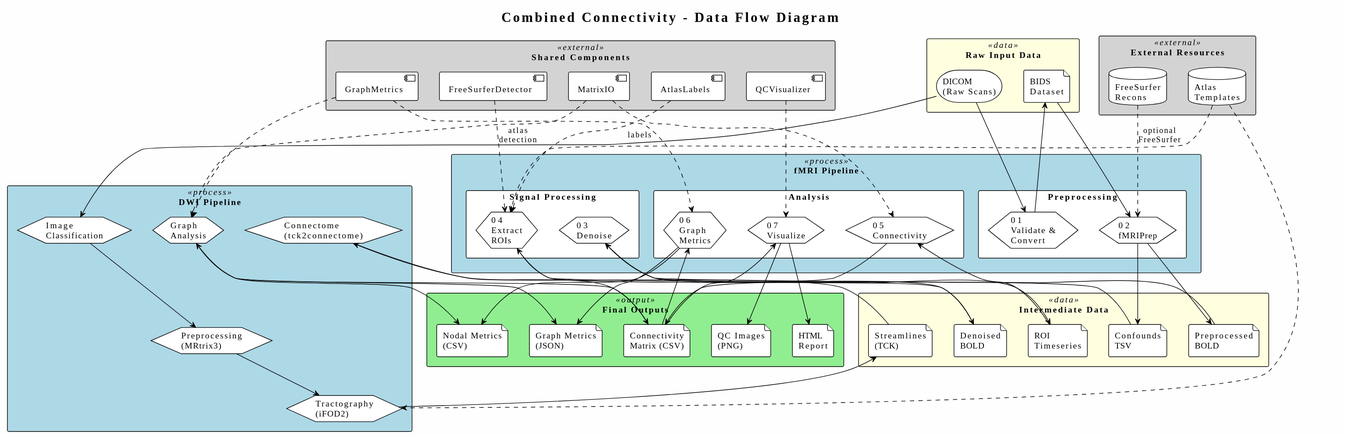
The PlantUML diagram docs/svg/data_flow.svg in MrRichard/combined_connectivity, before a commit. Source of this version:
```plantuml
@startuml
!theme plain
skinparam backgroundColor #FEFEFE

title Combined Connectivity - Data Flow Diagram

skinparam rectangle {
    BackgroundColor<<process>> LightBlue
    BackgroundColor<<data>> LightYellow
    BackgroundColor<<external>> LightGray
    BackgroundColor<<output>> LightGreen
}

rectangle "Raw Input Data" <<data>> {
    storage "DICOM\n(Raw Scans)" as DICOM
    file "BIDS\nDataset" as BIDS
}

rectangle "fMRI Pipeline" <<process>> {
    rectangle "Preprocessing" {
        hexagon "01\nValidate &\nConvert" as STEP1
        hexagon "02\nfMRIPrep" as STEP2
    }

    rectangle "Signal Processing" {
        hexagon "03\nDenoise" as STEP3
        hexagon "04\nExtract\nROIs" as STEP4
    }

    rectangle "Analysis" {
        hexagon "05\nConnectivity" as STEP5
        hexagon "06\nGraph\nMetrics" as STEP6
        hexagon "07\nVisualize" as STEP7
    }
}

rectangle "DWI Pipeline" <<process>> {
    hexagon "Image\nClassification" as DWI1
    hexagon "Preprocessing\n(MRtrix3)" as DWI2
    hexagon "Tractography\n(iFOD2)" as DWI3
    hexagon "Connectome\n(tck2connectome)" as DWI4
    hexagon "Graph\nAnalysis" as DWI5
}

rectangle "Shared Components" <<external>> {
    component "GraphMetrics" as GM
    component "MatrixIO" as MIO
    component "AtlasLabels" as AL
    component "FreeSurferDetector" as FSD
    component "QCVisualizer" as QCV
}

rectangle "External Resources" <<external>> {
    database "FreeSurfer\nRecons" as FS
    database "Atlas\nTemplates" as ATLAS
}

rectangle "Intermediate Data" <<data>> {
    file "Preprocessed\nBOLD" as PREP_BOLD
    file "Confounds\nTSV" as CONFOUNDS
    file "Denoised\nBOLD" as DENOISED
    file "ROI\nTimeseries" as TIMESERIES
    file "Streamlines\n(TCK)" as TCK
}

rectangle "Final Outputs" <<output>> {
    file "Connectivity\nMatrix (CSV)" as MATRIX
    file "Graph Metrics\n(JSON)" as METRICS
    file "Nodal Metrics\n(CSV)" as NODAL
    file "QC Images\n(PNG)" as IMAGES
    file "HTML\nReport" as REPORT
}

DICOM --> STEP1
STEP1 --> BIDS
BIDS --> STEP2
FS ..> STEP2 : optional\nFreeSurfer
STEP2 --> PREP_BOLD
STEP2 --> CONFOUNDS

PREP_BOLD --> STEP3
CONFOUNDS --> STEP3
STEP3 --> DENOISED

DENOISED --> STEP4
ATLAS ..> STEP4
FSD ..> STEP4 : atlas\ndetection
AL ..> STEP4 : labels
STEP4 --> TIMESERIES

TIMESERIES --> STEP5
MIO ..> STEP5
STEP5 --> MATRIX

MATRIX --> STEP6
GM ..> STEP6
STEP6 --> METRICS
STEP6 --> NODAL

MATRIX --> STEP7
QCV ..> STEP7
STEP7 --> IMAGES
STEP7 --> REPORT

DICOM --> DWI1
DWI1 --> DWI2
DWI2 --> DWI3
ATLAS ..> DWI3
DWI3 --> TCK
TCK --> DWI4
DWI4 --> MATRIX
MATRIX --> DWI5
GM ..> DWI5
MIO ..> DWI5
DWI5 --> METRICS
DWI5 --> NODAL
@enduml
```
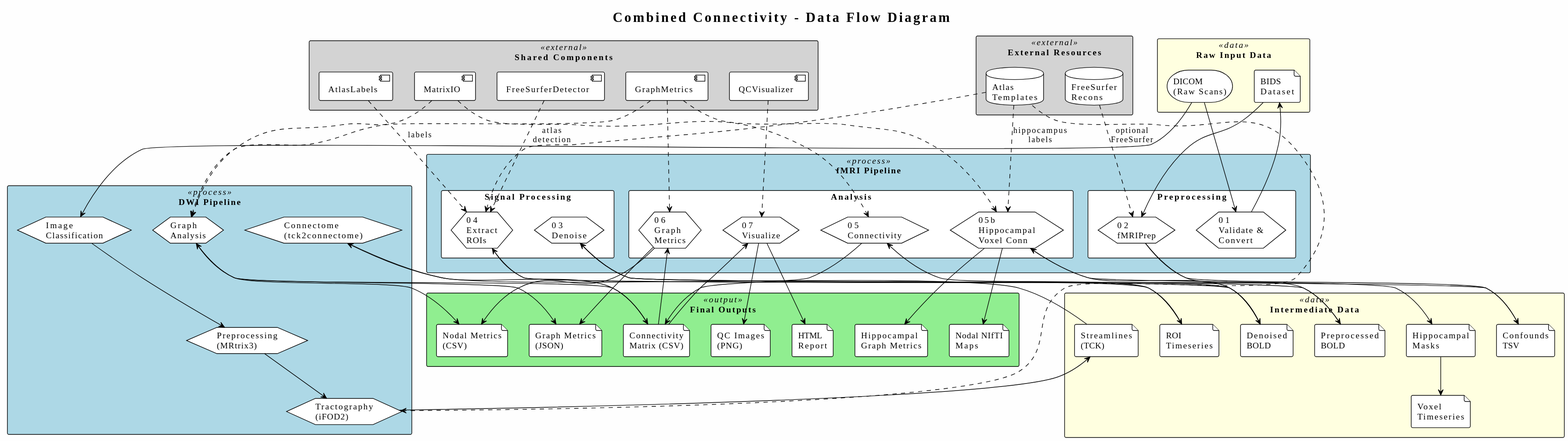
The same file after the commit.

Change to the diagram source:
```diff
@@ -29,6 +29,7 @@
 
     rectangle "Analysis" {
         hexagon "05\nConnectivity" as STEP5
+        hexagon "05b\nHippocampal\nVoxel Conn" as STEP5B
         hexagon "06\nGraph\nMetrics" as STEP6
         hexagon "07\nVisualize" as STEP7
     }
@@ -60,6 +61,8 @@
     file "Confounds\nTSV" as CONFOUNDS
     file "Denoised\nBOLD" as DENOISED
     file "ROI\nTimeseries" as TIMESERIES
+    file "Hippocampal\nMasks" as HPC_MASK
+    file "Voxel\nTimeseries" as HPC_TS
     file "Streamlines\n(TCK)" as TCK
 }
 
@@ -67,6 +70,8 @@
     file "Connectivity\nMatrix (CSV)" as MATRIX
     file "Graph Metrics\n(JSON)" as METRICS
     file "Nodal Metrics\n(CSV)" as NODAL
+    file "Hippocampal\nGraph Metrics" as HPC_METRICS
+    file "Nodal NIfTI\nMaps" as HPC_NODAL
     file "QC Images\n(PNG)" as IMAGES
     file "HTML\nReport" as REPORT
 }
@@ -92,6 +97,14 @@
 MIO ..> STEP5
 STEP5 --> MATRIX
 
+DENOISED --> STEP5B
+ATLAS ..> STEP5B : hippocampus\nlabels
+STEP5B --> HPC_MASK
+HPC_MASK --> HPC_TS
+GM ..> STEP5B
+STEP5B --> HPC_METRICS
+STEP5B --> HPC_NODAL
+
 MATRIX --> STEP6
 GM ..> STEP6
 STEP6 --> METRICS
```
